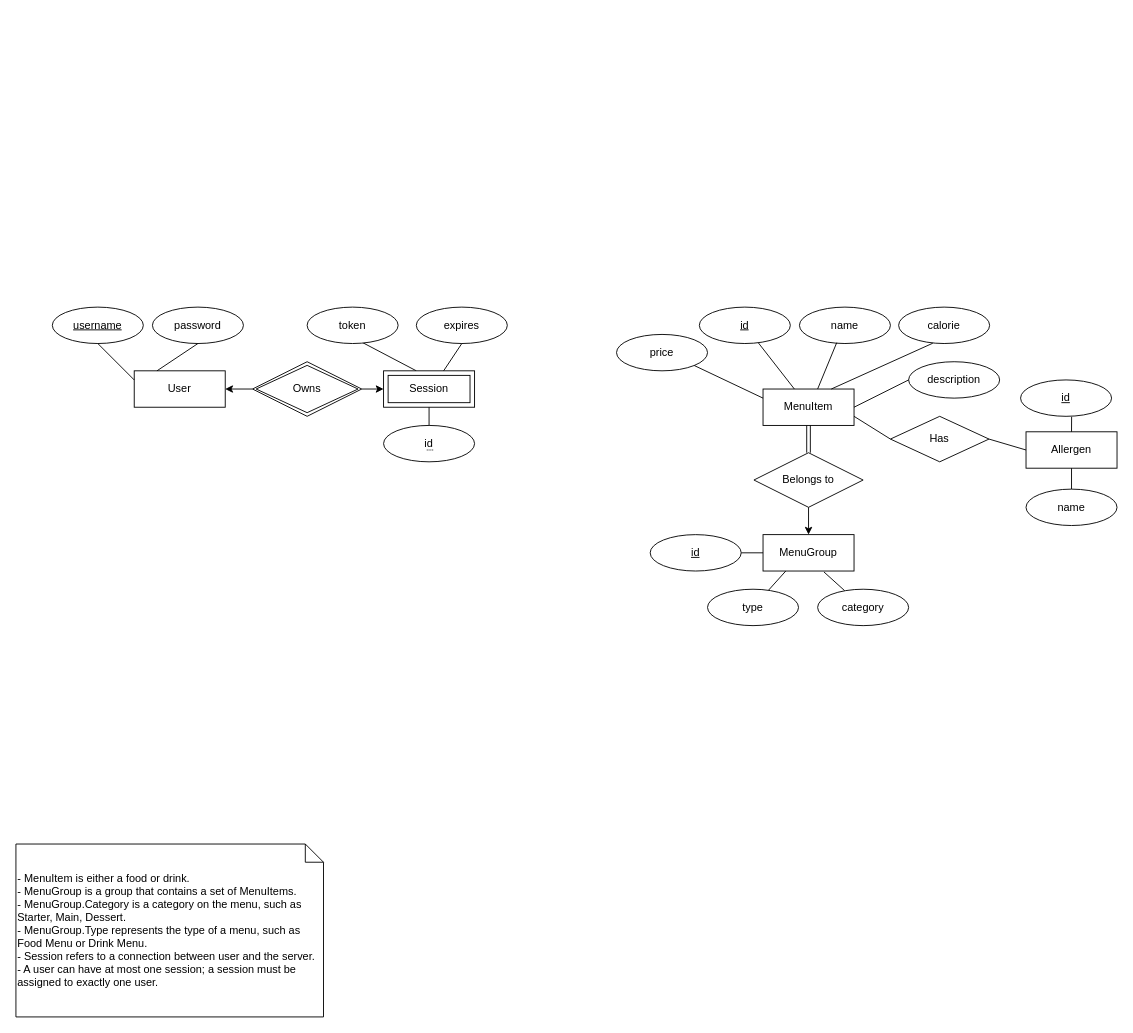
Above: doc/backend/database-design/ER-diagram.drawio in Spencer-Georgiou/Uni-Y2-Team (draw.io), before the change. Source tidied: cells renumbered, new cells numbered last; positions are measured from the earlier drawing's top-left corner, leaving out a move shared by most shapes. Both pictures are drawn from the tidied source at 91%, with x=0, y=0 at pixel (15, 307).
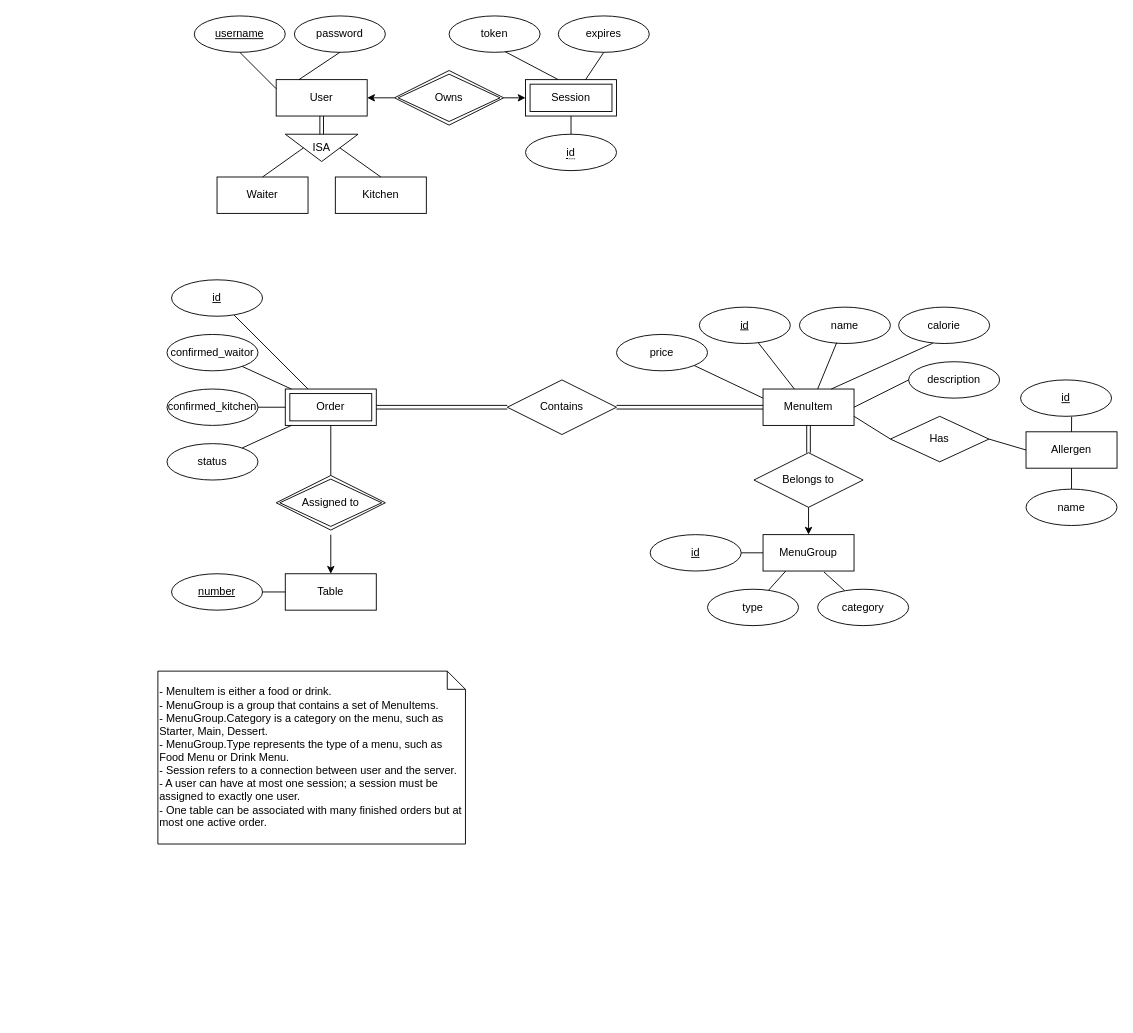
The same diagram, later.

Commit message (it also covers changes not shown here):
docs(ER-diagram): create entities and relationships to store order information

Make an Order eneity which can have many menuitems, but excatly one table. It has a status to identify the stage of the order.

The change refers to these unchanged cells:
```xml
<mxCell id="11" value="&lt;div style=&quot;text-align: start;&quot;&gt;MenuItem&lt;/div&gt;" style="whiteSpace=wrap;html=1;align=center;rounded=0;shadow=0;sketch=0;strokeColor=default;" parent="1" vertex="1">
  <mxGeometry x="821" y="90" width="100" height="40" as="geometry" />
</mxCell>
```

Diff of the diagram source:
```diff
@@
     <mxCell id="2" value="User" style="whiteSpace=wrap;html=1;align=center;" parent="1" vertex="1">
-      <mxGeometry x="130" y="70" width="100" height="40" as="geometry" />
+      <mxGeometry x="286" y="-250" width="100" height="40" as="geometry" />
     </mxCell>
     <mxCell id="3" value="username" style="ellipse;whiteSpace=wrap;html=1;align=center;fontStyle=4;" parent="1" vertex="1">
-      <mxGeometry x="40" width="100" height="40" as="geometry" />
+      <mxGeometry x="196" y="-320" width="100" height="40" as="geometry" />
     </mxCell>
@@
     <mxCell id="5" value="password" style="ellipse;whiteSpace=wrap;html=1;align=center;" parent="1" vertex="1">
-      <mxGeometry x="150" width="100" height="40" as="geometry" />
+      <mxGeometry x="306" y="-320" width="100" height="40" as="geometry" />
     </mxCell>
@@
     <mxCell id="7" style="endArrow=none;html=1;rounded=0;strokeColor=default;entryX=0.5;entryY=0;entryDx=0;entryDy=0;exitX=0.61;exitY=0.975;exitDx=0;exitDy=0;exitPerimeter=0;" parent="1" edge="1" source="44">
       <mxGeometry relative="1" as="geometry">
-        <mxPoint x="440" y="70" as="targetPoint" />
+        <mxPoint x="596" y="-250" as="targetPoint" />
       </mxGeometry>
     </mxCell>
     <mxCell id="8" value="Session" style="shape=ext;margin=3;double=1;whiteSpace=wrap;html=1;align=center;" parent="1" vertex="1">
-      <mxGeometry x="404" y="70" width="100" height="40" as="geometry" />
+      <mxGeometry x="560" y="-250" width="100" height="40" as="geometry" />
     </mxCell>
     <mxCell id="9" value="expires" style="ellipse;whiteSpace=wrap;html=1;align=center;" parent="1" vertex="1">
-      <mxGeometry x="440" width="100" height="40" as="geometry" />
+      <mxGeometry x="596" y="-320" width="100" height="40" as="geometry" />
     </mxCell>
@@
     <mxCell id="23" value="Owns" style="shape=rhombus;double=1;perimeter=rhombusPerimeter;whiteSpace=wrap;html=1;align=center;" parent="1" vertex="1">
-      <mxGeometry x="260" y="60" width="120" height="60" as="geometry" />
+      <mxGeometry x="416" y="-260" width="120" height="60" as="geometry" />
     </mxCell>
@@
     <mxCell id="31" style="endArrow=classic;html=1;rounded=0;exitX=1;exitY=0.5;exitDx=0;exitDy=0;endFill=1;" parent="1" edge="1" source="23">
       <mxGeometry relative="1" as="geometry">
-        <mxPoint x="404" y="90" as="targetPoint" />
+        <mxPoint x="560" y="-230" as="targetPoint" />
       </mxGeometry>
     </mxCell>
@@
-    <mxCell id="38" value="- MenuItem is either a food or drink.&lt;br&gt;- MenuGroup is a group that contains a set of MenuItems.&lt;br&gt;- MenuGroup.Category is a category on the menu, such as Starter, Main, Dessert.&lt;br&gt;- MenuGroup.Type represents the type of a menu, such as Food Menu or Drink Menu.&lt;br&gt;- Session refers to a connection between user and the server.&lt;br&gt;- A user can have at most one session; a session must be assigned to exactly one user." style="shape=note;size=20;whiteSpace=wrap;html=1;align=left;" parent="1" vertex="1">
-      <mxGeometry y="590" width="338" height="190" as="geometry" />
+    <mxCell id="38" value="- MenuItem is either a food or drink.&lt;br&gt;- MenuGroup is a group that contains a set of MenuItems.&lt;br&gt;- MenuGroup.Category is a category on the menu, such as Starter, Main, Dessert.&lt;br&gt;- MenuGroup.Type represents the type of a menu, such as Food Menu or Drink Menu.&lt;br&gt;- Session refers to a connection between user and the server.&lt;br&gt;- A user can have at most one session; a session must be assigned to exactly one user.&lt;br&gt;- One table can be associated with many finished orders but at most one active order." style="shape=note;size=20;whiteSpace=wrap;html=1;align=left;" parent="1" vertex="1">
+      <mxGeometry x="156" y="400" width="338" height="190" as="geometry" />
     </mxCell>
@@
     <mxCell id="44" value="token" style="ellipse;whiteSpace=wrap;html=1;align=center;" parent="1" vertex="1">
-      <mxGeometry x="320" width="100" height="40" as="geometry" />
+      <mxGeometry x="476" y="-320" width="100" height="40" as="geometry" />
     </mxCell>
@@
     <mxCell id="46" value="&lt;span style=&quot;border-bottom: 1px dotted&quot;&gt;id&lt;/span&gt;" style="ellipse;whiteSpace=wrap;html=1;align=center;" parent="1" vertex="1">
-      <mxGeometry x="404" y="130" width="100" height="40" as="geometry" />
+      <mxGeometry x="560" y="-190" width="100" height="40" as="geometry" />
     </mxCell>
+    <mxCell id="47" value="Order" style="shape=ext;margin=3;double=1;whiteSpace=wrap;html=1;align=center;" parent="1" vertex="1">
+      <mxGeometry x="296" y="90" width="100" height="40" as="geometry" />
+    </mxCell>
+    <mxCell id="48" style="edgeStyle=none;html=1;exitX=0;exitY=0.5;exitDx=0;exitDy=0;endArrow=none;endFill=0;shape=link;" parent="1" edge="1" source="50" target="47">
+      <mxGeometry relative="1" as="geometry" />
+    </mxCell>
+    <mxCell id="49" style="edgeStyle=none;html=1;exitX=1;exitY=0.5;exitDx=0;exitDy=0;endArrow=none;endFill=0;entryX=0;entryY=0.5;entryDx=0;entryDy=0;shape=link;" parent="1" edge="1" source="50" target="11">
+      <mxGeometry relative="1" as="geometry" />
+    </mxCell>
+    <mxCell id="50" value="Contains" style="shape=rhombus;perimeter=rhombusPerimeter;whiteSpace=wrap;html=1;align=center;" parent="1" vertex="1">
+      <mxGeometry x="540" y="80" width="120" height="60" as="geometry" />
+    </mxCell>
+    <mxCell id="51" style="edgeStyle=none;html=1;endArrow=none;endFill=0;exitX=0.5;exitY=0;exitDx=0;exitDy=0;entryX=0.5;entryY=1;entryDx=0;entryDy=0;startArrow=classic;startFill=1;" parent="1" edge="1" source="52">
+      <mxGeometry relative="1" as="geometry">
+        <mxPoint x="346" y="250" as="targetPoint" />
+      </mxGeometry>
+    </mxCell>
+    <mxCell id="52" value="Table" style="whiteSpace=wrap;html=1;align=center;" parent="1" vertex="1">
+      <mxGeometry x="296" y="293" width="100" height="40" as="geometry" />
+    </mxCell>
+    <mxCell id="53" style="edgeStyle=none;html=1;endArrow=none;endFill=0;" parent="1" edge="1" source="54" target="47">
+      <mxGeometry relative="1" as="geometry" />
+    </mxCell>
+    <mxCell id="54" value="Assigned to" style="shape=rhombus;double=1;perimeter=rhombusPerimeter;whiteSpace=wrap;html=1;align=center;" parent="1" vertex="1">
+      <mxGeometry x="286" y="185" width="120" height="60" as="geometry" />
+    </mxCell>
+    <mxCell id="55" value="ISA" style="triangle;whiteSpace=wrap;html=1;rotation=90;horizontal=0;" parent="1" vertex="1">
+      <mxGeometry x="321" y="-215" width="30" height="80" as="geometry" />
+    </mxCell>
+    <mxCell id="56" style="endArrow=none;html=1;rounded=0;entryX=0;entryY=0.5;entryDx=0;entryDy=0;exitX=0.5;exitY=1;exitDx=0;exitDy=0;shape=link;" parent="1" edge="1" source="2" target="55">
+      <mxGeometry relative="1" as="geometry" />
+    </mxCell>
+    <mxCell id="57" value="Waiter" style="whiteSpace=wrap;html=1;align=center;" parent="1" vertex="1">
+      <mxGeometry x="221" y="-143" width="100" height="40" as="geometry" />
+    </mxCell>
+    <mxCell id="58" value="Kitchen" style="whiteSpace=wrap;html=1;align=center;" parent="1" vertex="1">
+      <mxGeometry x="351" y="-143" width="100" height="40" as="geometry" />
+    </mxCell>
+    <mxCell id="59" style="endArrow=none;html=1;rounded=0;entryX=0.5;entryY=1;entryDx=0;entryDy=0;exitX=0.5;exitY=0;exitDx=0;exitDy=0;" parent="1" edge="1" source="57" target="55">
+      <mxGeometry relative="1" as="geometry" />
+    </mxCell>
+    <mxCell id="60" style="endArrow=none;html=1;rounded=0;exitX=0.5;exitY=0;exitDx=0;exitDy=0;entryX=0.5;entryY=0;entryDx=0;entryDy=0;" parent="1" edge="1" source="55" target="58">
+      <mxGeometry relative="1" as="geometry" />
+    </mxCell>
+    <mxCell id="61" style="edgeStyle=none;html=1;endArrow=none;endFill=0;" parent="1" edge="1" source="62" target="47">
+      <mxGeometry relative="1" as="geometry" />
+    </mxCell>
+    <mxCell id="62" value="confirmed_kitchen" style="ellipse;whiteSpace=wrap;html=1;align=center;" parent="1" vertex="1">
+      <mxGeometry x="166" y="90" width="100" height="40" as="geometry" />
+    </mxCell>
+    <mxCell id="63" style="edgeStyle=none;html=1;endArrow=none;endFill=0;" parent="1" edge="1" source="64" target="47">
+      <mxGeometry relative="1" as="geometry" />
+    </mxCell>
+    <mxCell id="64" value="confirmed_waitor" style="ellipse;whiteSpace=wrap;html=1;align=center;" parent="1" vertex="1">
+      <mxGeometry x="166" y="30" width="100" height="40" as="geometry" />
+    </mxCell>
+    <mxCell id="65" style="edgeStyle=none;html=1;endArrow=none;endFill=0;" parent="1" edge="1" source="66" target="47">
+      <mxGeometry relative="1" as="geometry" />
+    </mxCell>
+    <mxCell id="66" value="status" style="ellipse;whiteSpace=wrap;html=1;align=center;" parent="1" vertex="1">
+      <mxGeometry x="166" y="150" width="100" height="40" as="geometry" />
+    </mxCell>
+    <mxCell id="67" style="edgeStyle=none;html=1;endArrow=none;endFill=0;" parent="1" edge="1" source="68" target="52">
+      <mxGeometry relative="1" as="geometry" />
+    </mxCell>
+    <mxCell id="68" value="number" style="ellipse;whiteSpace=wrap;html=1;align=center;fontStyle=4;" parent="1" vertex="1">
+      <mxGeometry x="171" y="293" width="100" height="40" as="geometry" />
+    </mxCell>
+    <mxCell id="69" style="edgeStyle=none;html=1;entryX=0.25;entryY=0;entryDx=0;entryDy=0;startArrow=none;startFill=0;endArrow=none;endFill=0;" parent="1" edge="1" source="70" target="47">
+      <mxGeometry relative="1" as="geometry" />
+    </mxCell>
+    <mxCell id="70" value="id" style="ellipse;whiteSpace=wrap;html=1;align=center;fontStyle=4;" parent="1" vertex="1">
+      <mxGeometry x="171" y="-30" width="100" height="40" as="geometry" />
+    </mxCell>
```
